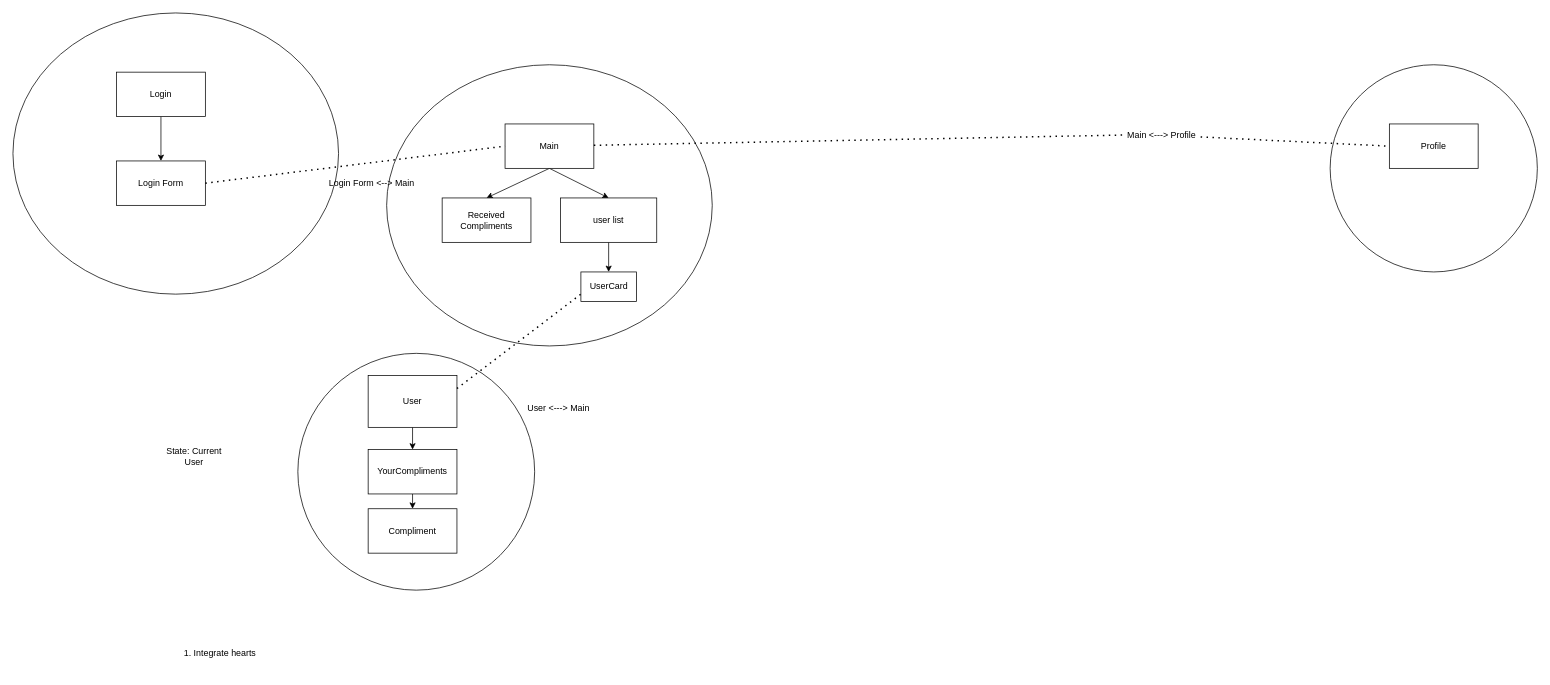
The draw.io diagram client/src/components/componentMap.drawio in ekollie/phase-4-project, before the edit. Source tidied: cells renumbered, new cells numbered last; positions are measured from the earlier drawing's top-left corner, leaving out a move shared by most shapes. Both pictures are drawn from the tidied source at 74%, with x=0, y=0 at pixel (13, 13).
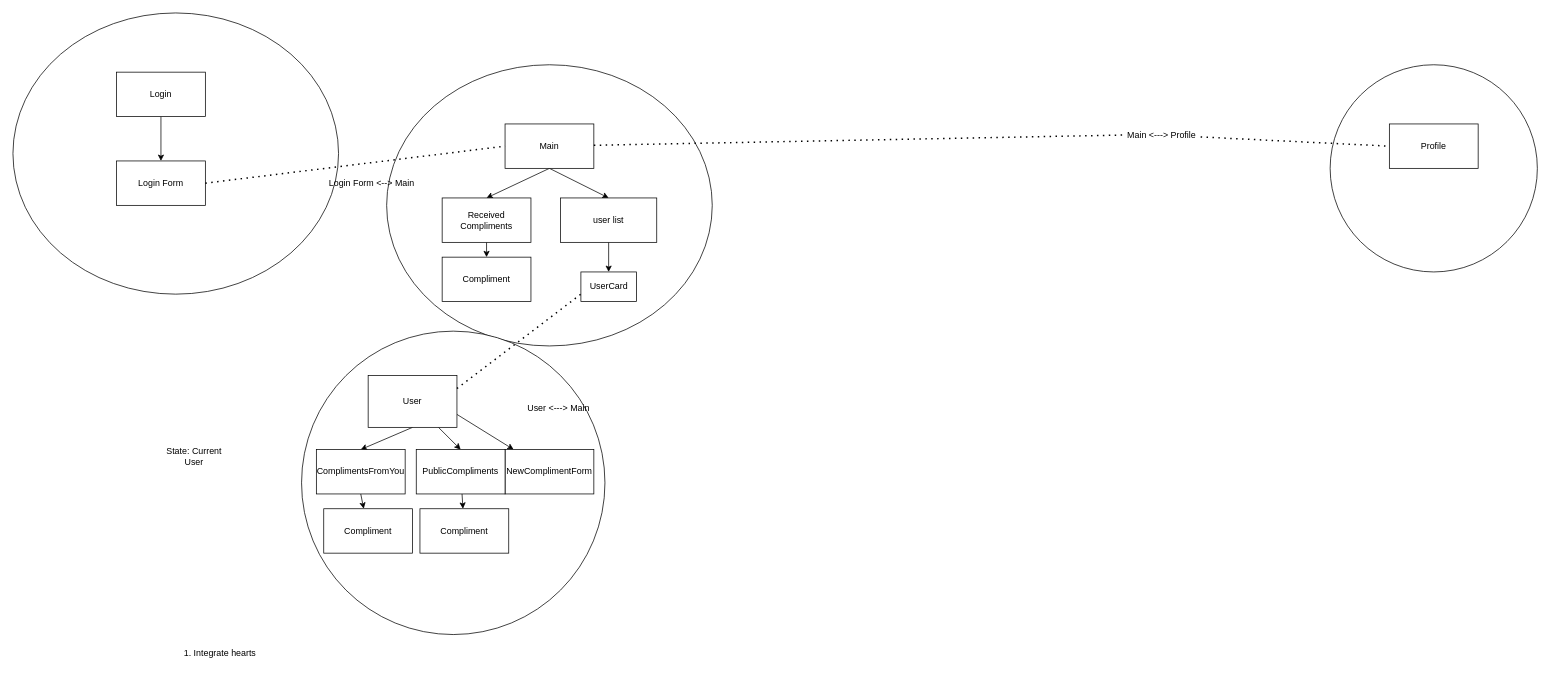
After the change.

Unchanged cells that the change refers to:
```xml
<mxCell id="8" value="Received Compliments" style="rounded=0;whiteSpace=wrap;html=1;" parent="1" vertex="1">
  <mxGeometry x="580" y="250" width="120" height="60" as="geometry" />
</mxCell>
<mxCell id="18" value="User" style="rounded=0;whiteSpace=wrap;html=1;" parent="1" vertex="1">
  <mxGeometry x="480" y="490" width="120" height="70" as="geometry" />
</mxCell>
```

Change to the diagram source:
```diff
@@
+    <mxCell id="31" style="edgeStyle=none;html=1;" parent="1" edge="1" source="8" target="38">
+      <mxGeometry relative="1" as="geometry" />
+    </mxCell>
@@
     <mxCell id="16" style="ellipse;whiteSpace=wrap;html=1;" parent="1" vertex="1">
-      <mxGeometry x="385" y="460" width="320" height="320" as="geometry" />
+      <mxGeometry x="390" y="430" width="410" height="410" as="geometry" />
     </mxCell>
@@
+    <mxCell id="32" style="edgeStyle=none;html=1;entryX=0.5;entryY=0;entryDx=0;entryDy=0;" parent="1" edge="1" source="18" target="36">
+      <mxGeometry relative="1" as="geometry" />
+    </mxCell>
+    <mxCell id="33" style="edgeStyle=none;html=1;exitX=1;exitY=0.75;exitDx=0;exitDy=0;" parent="1" edge="1" source="18" target="34">
+      <mxGeometry relative="1" as="geometry" />
+    </mxCell>
@@
-    <mxCell id="27" value="YourCompliments" style="rounded=0;whiteSpace=wrap;html=1;" parent="1" vertex="1">
-      <mxGeometry x="480" y="590" width="120" height="60" as="geometry" />
+    <mxCell id="27" value="ComplimentsFromYou" style="rounded=0;whiteSpace=wrap;html=1;" parent="1" vertex="1">
+      <mxGeometry x="410" y="590" width="120" height="60" as="geometry" />
     </mxCell>
     <mxCell id="28" value="Compliment" style="rounded=0;whiteSpace=wrap;html=1;" parent="1" vertex="1">
-      <mxGeometry x="480" y="670" width="120" height="60" as="geometry" />
+      <mxGeometry x="420" y="670" width="120" height="60" as="geometry" />
     </mxCell>
@@
+    <mxCell id="34" value="NewComplimentForm" style="rounded=0;whiteSpace=wrap;html=1;" parent="1" vertex="1">
+      <mxGeometry x="665" y="590" width="120" height="60" as="geometry" />
+    </mxCell>
+    <mxCell id="35" style="edgeStyle=none;html=1;" parent="1" edge="1" source="36" target="37">
+      <mxGeometry relative="1" as="geometry" />
+    </mxCell>
+    <mxCell id="36" value="PublicCompliments" style="rounded=0;whiteSpace=wrap;html=1;" parent="1" vertex="1">
+      <mxGeometry x="545" y="590" width="120" height="60" as="geometry" />
+    </mxCell>
+    <mxCell id="37" value="Compliment" style="rounded=0;whiteSpace=wrap;html=1;" parent="1" vertex="1">
+      <mxGeometry x="550" y="670" width="120" height="60" as="geometry" />
+    </mxCell>
+    <mxCell id="38" value="Compliment" style="rounded=0;whiteSpace=wrap;html=1;" parent="1" vertex="1">
+      <mxGeometry x="580" y="330" width="120" height="60" as="geometry" />
+    </mxCell>
```
